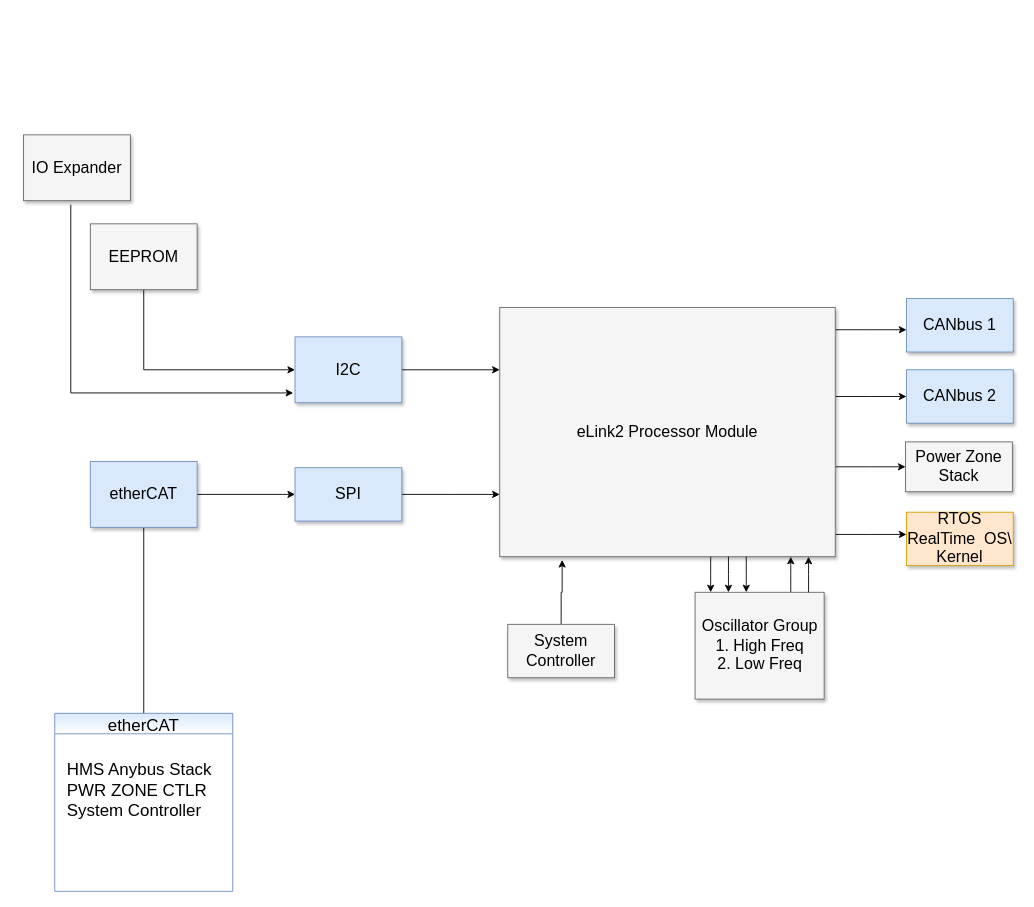
This is eLink2/anatomy_fw2.drawio from vkeiper/flowcharts, a draw.io file, before an edit. Source tidied: cells renumbered, new cells numbered last; positions are measured from the earlier drawing's top-left corner, leaving out a move shared by most shapes. Both pictures are drawn from the tidied source at 89%, with x=0, y=0 at pixel (23, 134).
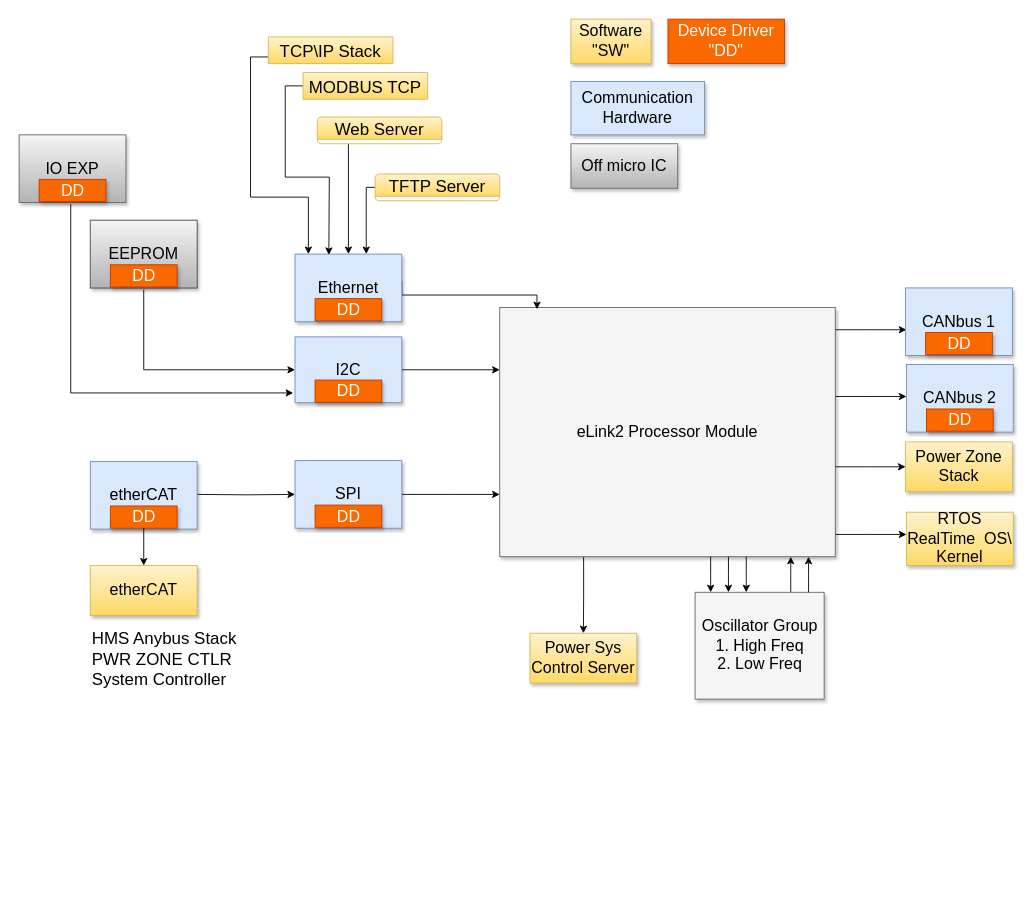
After the change.

The change refers to these unchanged cells:
```xml
<mxCell id="7" value="eLink2 Processor&amp;nbsp;Module&lt;br&gt;" style="whiteSpace=wrap;html=1;shadow=1;fontSize=18;fillColor=#f5f5f5;strokeColor=#666666;" parent="1" vertex="1">
  <mxGeometry x="535" y="194" width="377" height="280" as="geometry" />
</mxCell>
<mxCell id="13" value="I2C" style="whiteSpace=wrap;html=1;shadow=1;fontSize=18;fillColor=#dae8fc;strokeColor=#6c8ebf;" parent="1" vertex="1">
  <mxGeometry x="305" y="227" width="120" height="74" as="geometry" />
</mxCell>
```

Diff of the diagram source:
```diff
@@
-    <mxCell id="2" style="edgeStyle=elbowEdgeStyle;rounded=0;html=1;startArrow=none;startFill=0;jettySize=auto;fontSize=18;elbow=vertical;" parent="1" edge="1" source="7" target="8">
-      <mxGeometry relative="1" as="geometry" />
+    <mxCell id="2" style="edgeStyle=elbowEdgeStyle;rounded=0;html=1;startArrow=none;startFill=0;jettySize=auto;fontSize=18;elbow=vertical;" parent="1" edge="1" source="7">
+      <mxGeometry relative="1" as="geometry">
+        <mxPoint x="992" y="219" as="targetPoint" />
+      </mxGeometry>
     </mxCell>
-    <mxCell id="3" style="edgeStyle=elbowEdgeStyle;rounded=0;html=1;startArrow=none;startFill=0;jettySize=auto;fontSize=18;elbow=vertical;" parent="1" edge="1" source="7" target="9">
-      <mxGeometry relative="1" as="geometry" />
+    <mxCell id="3" style="edgeStyle=elbowEdgeStyle;rounded=0;html=1;startArrow=none;startFill=0;jettySize=auto;fontSize=18;elbow=vertical;" parent="1" edge="1" source="7">
+      <mxGeometry relative="1" as="geometry">
+        <mxPoint x="992" y="294" as="targetPoint" />
+      </mxGeometry>
     </mxCell>
@@
+    <mxCell id="32" style="edgeStyle=orthogonalEdgeStyle;rounded=0;jettySize=auto;html=1;exitX=0.25;exitY=1;exitDx=0;exitDy=0;entryX=0.5;entryY=0;entryDx=0;entryDy=0;" parent="1" edge="1" source="7" target="60">
+      <mxGeometry relative="1" as="geometry" />
+    </mxCell>
@@
-    <mxCell id="8" value="CANbus 1" style="whiteSpace=wrap;html=1;shadow=1;fontSize=18;fillColor=#dae8fc;strokeColor=#6c8ebf;" parent="1" vertex="1">
-      <mxGeometry x="992" y="184" width="120" height="60" as="geometry" />
-    </mxCell>
-    <mxCell id="9" value="CANbus 2" style="whiteSpace=wrap;html=1;shadow=1;fontSize=18;fillColor=#dae8fc;strokeColor=#6c8ebf;" parent="1" vertex="1">
-      <mxGeometry x="992" y="264" width="120" height="60" as="geometry" />
-    </mxCell>
-    <mxCell id="10" value="Power Zone Stack" style="whiteSpace=wrap;html=1;shadow=1;fontSize=18;fillColor=#f5f5f5;strokeColor=#666666;" parent="1" vertex="1">
+    <mxCell id="10" value="Power Zone Stack" style="whiteSpace=wrap;html=1;shadow=1;fontSize=18;fillColor=#fff2cc;strokeColor=#d6b656;gradientColor=#ffd966;" parent="1" vertex="1">
       <mxGeometry x="991" y="345" width="120" height="56" as="geometry" />
     </mxCell>
-    <mxCell id="11" value="RTOS&lt;br&gt;RealTime&amp;nbsp; OS\ Kernel&lt;br&gt;" style="whiteSpace=wrap;html=1;shadow=1;fontSize=18;fillColor=#ffe6cc;strokeColor=#d79b00;" parent="1" vertex="1">
+    <mxCell id="11" value="RTOS&lt;br&gt;RealTime&amp;nbsp; OS\ Kernel&lt;br&gt;" style="whiteSpace=wrap;html=1;shadow=1;fontSize=18;fillColor=#fff2cc;strokeColor=#d6b656;gradientColor=#ffd966;" parent="1" vertex="1">
       <mxGeometry x="992" y="424" width="120" height="60" as="geometry" />
     </mxCell>
@@
-    <mxCell id="15" value="SPI" style="whiteSpace=wrap;html=1;shadow=1;fontSize=18;fillColor=#dae8fc;strokeColor=#6c8ebf;" parent="1" vertex="1">
-      <mxGeometry x="305" y="374" width="120" height="60" as="geometry" />
-    </mxCell>
@@
-    <mxCell id="17" style="edgeStyle=elbowEdgeStyle;rounded=0;html=1;startArrow=none;startFill=0;jettySize=auto;fontSize=18;elbow=vertical;entryX=0.186;entryY=1.013;entryDx=0;entryDy=0;entryPerimeter=0;" parent="1" edge="1" source="18" target="7">
-      <mxGeometry relative="1" as="geometry" />
-    </mxCell>
-    <mxCell id="18" value="System Controller" style="whiteSpace=wrap;html=1;shadow=1;fontSize=18;fillColor=#f5f5f5;strokeColor=#666666;" parent="1" vertex="1">
-      <mxGeometry x="544" y="550" width="120" height="60" as="geometry" />
-    </mxCell>
@@
-    <mxCell id="23" style="edgeStyle=elbowEdgeStyle;rounded=0;html=1;startArrow=none;startFill=0;jettySize=auto;fontSize=18;elbow=vertical;entryX=0;entryY=0.5;entryDx=0;entryDy=0;" parent="1" edge="1" source="24" target="13">
+    <mxCell id="23" style="edgeStyle=elbowEdgeStyle;rounded=0;html=1;startArrow=none;startFill=0;jettySize=auto;fontSize=18;elbow=vertical;entryX=0;entryY=0.5;entryDx=0;entryDy=0;" parent="1" edge="1" target="13">
       <mxGeometry relative="1" as="geometry">
+        <mxPoint x="135" y="174" as="sourcePoint" />
         <Array as="points">
           <mxPoint x="225" y="264" />
           <mxPoint x="482" y="127" />
         </Array>
       </mxGeometry>
     </mxCell>
+    <mxCell id="25" style="edgeStyle=elbowEdgeStyle;rounded=0;html=1;startArrow=none;startFill=0;jettySize=auto;fontSize=18;elbow=vertical;exitX=0.442;exitY=1.059;exitDx=0;exitDy=0;exitPerimeter=0;entryX=-0.017;entryY=0.857;entryDx=0;entryDy=0;entryPerimeter=0;" parent="1" edge="1" target="13">
+      <mxGeometry relative="1" as="geometry">
+        <mxPoint x="53" y="78" as="sourcePoint" />
+        <Array as="points">
+          <mxPoint x="175" y="290" />
+          <mxPoint x="275" y="160" />
+          <mxPoint x="255" y="47" />
+          <mxPoint x="245" y="150" />
+          <mxPoint x="235" y="47" />
+          <mxPoint x="245" y="84" />
+          <mxPoint x="245" y="260" />
+        </Array>
+      </mxGeometry>
+    </mxCell>
+    <mxCell id="27" style="edgeStyle=orthogonalEdgeStyle;rounded=0;jettySize=auto;html=1;exitX=1;exitY=0.5;exitDx=0;exitDy=0;entryX=0;entryY=0.5;entryDx=0;entryDy=0;" parent="1" edge="1" target="15">
+      <mxGeometry relative="1" as="geometry">
+        <mxPoint x="195" y="404" as="sourcePoint" />
+      </mxGeometry>
+    </mxCell>
+    <mxCell id="30" value="HMS Anybus Stack&lt;br&gt;PWR ZONE CTLR&lt;br&gt;System Controller&lt;br&gt;" style="text;html=1;align=left;verticalAlign=top;spacingTop=-4;fontSize=19;gradientColor=#ffffff;" parent="1" vertex="1">
+      <mxGeometry x="75" y="553" width="180" height="70" as="geometry" />
+    </mxCell>
+    <mxCell id="33" style="edgeStyle=elbowEdgeStyle;rounded=0;html=1;startArrow=none;startFill=0;jettySize=auto;fontSize=18;elbow=vertical;entryX=0.111;entryY=0.007;entryDx=0;entryDy=0;entryPerimeter=0;" parent="1" edge="1" target="7">
+      <mxGeometry relative="1" as="geometry">
+        <mxPoint x="425" y="164" as="sourcePoint" />
+      </mxGeometry>
+    </mxCell>
+    <mxCell id="34" style="edgeStyle=orthogonalEdgeStyle;rounded=0;jettySize=auto;html=1;exitX=0;exitY=0.5;exitDx=0;exitDy=0;entryX=0.317;entryY=0.017;entryDx=0;entryDy=0;entryPerimeter=0;" parent="1" edge="1" source="35">
+      <mxGeometry relative="1" as="geometry">
+        <mxPoint x="343" y="135" as="targetPoint" />
+      </mxGeometry>
+    </mxCell>
+    <mxCell id="35" value="MODBUS TCP" style="swimlane;fillColor=#fff2cc;strokeColor=#d6b656;fontSize=19;fontStyle=0;startSize=30;rounded=1;glass=0;comic=0;horizontal=1;gradientColor=#ffd966;" parent="1" vertex="1" collapsed="1">
+      <mxGeometry x="314" y="-70" width="140" height="30" as="geometry" />
+    </mxCell>
+    <mxCell id="36" style="edgeStyle=orthogonalEdgeStyle;rounded=0;jettySize=auto;html=1;exitX=0.25;exitY=1;exitDx=0;exitDy=0;" parent="1" edge="1" source="37">
+      <mxGeometry relative="1" as="geometry">
+        <mxPoint x="365" y="134" as="targetPoint" />
+      </mxGeometry>
+    </mxCell>
+    <mxCell id="37" value="Web Server" style="swimlane;fillColor=#fff2cc;strokeColor=#d6b656;fontSize=19;fontStyle=0;startSize=25;rounded=1;glass=0;comic=0;horizontal=1;gradientColor=#ffd966;" parent="1" vertex="1" collapsed="1">
+      <mxGeometry x="330" y="-20" width="140" height="30" as="geometry" />
+    </mxCell>
+    <mxCell id="38" style="edgeStyle=orthogonalEdgeStyle;rounded=0;jettySize=auto;html=1;exitX=0;exitY=0.5;exitDx=0;exitDy=0;entryX=0.667;entryY=0.1;entryDx=0;entryDy=0;entryPerimeter=0;" parent="1" edge="1" source="39">
+      <mxGeometry relative="1" as="geometry">
+        <mxPoint x="385" y="134" as="targetPoint" />
+        <Array as="points">
+          <mxPoint x="385" y="59" />
+        </Array>
+      </mxGeometry>
+    </mxCell>
+    <mxCell id="39" value="TFTP Server" style="swimlane;fillColor=#fff2cc;strokeColor=#d6b656;fontSize=19;fontStyle=0;startSize=25;rounded=1;glass=0;comic=0;horizontal=1;gradientColor=#ffd966;" parent="1" vertex="1" collapsed="1">
+      <mxGeometry x="395" y="44" width="140" height="30" as="geometry" />
+    </mxCell>
+    <mxCell id="40" value="Software &quot;SW&quot;" style="whiteSpace=wrap;html=1;shadow=1;fontSize=18;fillColor=#fff2cc;strokeColor=#d6b656;gradientColor=#ffd966;" parent="1" vertex="1">
+      <mxGeometry x="615" y="-130" width="90" height="50" as="geometry" />
+    </mxCell>
+    <mxCell id="41" value="Communication&lt;br&gt;Hardware&lt;br&gt;" style="whiteSpace=wrap;html=1;shadow=1;fontSize=18;fillColor=#dae8fc;strokeColor=#6c8ebf;" parent="1" vertex="1">
+      <mxGeometry x="615" y="-60" width="150" height="60" as="geometry" />
+    </mxCell>
+    <mxCell id="42" style="edgeStyle=orthogonalEdgeStyle;rounded=0;jettySize=auto;html=1;exitX=0;exitY=0.75;exitDx=0;exitDy=0;entryX=0.125;entryY=0;entryDx=0;entryDy=0;entryPerimeter=0;" parent="1" edge="1" source="43">
+      <mxGeometry relative="1" as="geometry">
+        <mxPoint x="320" y="134" as="targetPoint" />
+        <Array as="points">
+          <mxPoint x="255" y="-87" />
+          <mxPoint x="255" y="70" />
+          <mxPoint x="320" y="70" />
+        </Array>
+      </mxGeometry>
+    </mxCell>
+    <mxCell id="43" value="TCP\IP Stack" style="swimlane;fillColor=#fff2cc;strokeColor=#d6b656;fontSize=19;fontStyle=0;startSize=30;rounded=1;glass=0;comic=0;horizontal=1;gradientColor=#ffd966;" parent="1" vertex="1" collapsed="1">
+      <mxGeometry x="275" y="-110" width="140" height="30" as="geometry" />
+    </mxCell>
+    <mxCell id="44" value="Device Driver&lt;br&gt;&quot;DD&quot;&lt;br&gt;" style="whiteSpace=wrap;html=1;shadow=1;fontSize=18;fillColor=#fa6800;strokeColor=#C73500;fontColor=#ffffff;" parent="1" vertex="1">
+      <mxGeometry x="724" y="-130" width="131" height="50" as="geometry" />
+    </mxCell>
+    <mxCell id="45" value="DD&lt;br&gt;" style="whiteSpace=wrap;html=1;shadow=1;fontSize=18;fillColor=#fa6800;strokeColor=#C73500;fontColor=#ffffff;" parent="1" vertex="1">
+      <mxGeometry x="327.5" y="275.5" width="75" height="25" as="geometry" />
+    </mxCell>
+    <mxCell id="46" style="group;" parent="1" vertex="1">
+      <mxGeometry x="305" y="366" width="120" height="76" as="geometry" />
+    </mxCell>
+    <mxCell id="15" value="SPI" style="whiteSpace=wrap;html=1;shadow=1;fontSize=18;fillColor=#dae8fc;strokeColor=#6c8ebf;" parent="46" vertex="1">
+      <mxGeometry width="120" height="76" as="geometry" />
+    </mxCell>
+    <mxCell id="47" value="DD&lt;br&gt;" style="whiteSpace=wrap;html=1;shadow=1;fontSize=18;fillColor=#fa6800;strokeColor=#C73500;fontColor=#ffffff;" parent="46" vertex="1">
+      <mxGeometry x="22.5" y="50" width="75" height="25" as="geometry" />
+    </mxCell>
+    <mxCell id="48" style="group;" parent="1" vertex="1">
+      <mxGeometry x="75" y="367" width="120" height="76" as="geometry" />
+    </mxCell>
+    <mxCell id="29" value="etherCAT" style="whiteSpace=wrap;html=1;shadow=1;fontSize=18;fillColor=#dae8fc;strokeColor=#6c8ebf;" parent="48" vertex="1">
+      <mxGeometry width="120" height="76" as="geometry" />
+    </mxCell>
+    <mxCell id="49" value="DD&lt;br&gt;" style="whiteSpace=wrap;html=1;shadow=1;fontSize=18;fillColor=#fa6800;strokeColor=#C73500;fontColor=#ffffff;" parent="48" vertex="1">
+      <mxGeometry x="22.5" y="50" width="75" height="25" as="geometry" />
+    </mxCell>
+    <mxCell id="50" style="group;" parent="1" vertex="1">
+      <mxGeometry x="305" y="134" width="120" height="76" as="geometry" />
+    </mxCell>
+    <mxCell id="51" value="Ethernet" style="whiteSpace=wrap;html=1;shadow=1;fontSize=18;fillColor=#dae8fc;strokeColor=#6c8ebf;" parent="50" vertex="1">
+      <mxGeometry width="120" height="76" as="geometry" />
+    </mxCell>
+    <mxCell id="52" value="DD&lt;br&gt;" style="whiteSpace=wrap;html=1;shadow=1;fontSize=18;fillColor=#fa6800;strokeColor=#C73500;fontColor=#ffffff;" parent="50" vertex="1">
+      <mxGeometry x="22.5" y="50" width="75" height="25" as="geometry" />
+    </mxCell>
+    <mxCell id="53" style="group;gradientColor=#b3b3b3;fillColor=#F5F5F5;strokeColor=#666666;labelBorderColor=none;" parent="1" vertex="1">
+      <mxGeometry x="75" y="96" width="120" height="76" as="geometry" />
+    </mxCell>
+    <mxCell id="54" value="Off micro IC" style="whiteSpace=wrap;html=1;shadow=1;fontSize=18;fillColor=#f5f5f5;strokeColor=#666666;gradientColor=#b3b3b3;" parent="1" vertex="1">
+      <mxGeometry x="615" y="10" width="120" height="50" as="geometry" />
+    </mxCell>
+    <mxCell id="55" style="group;" parent="1" vertex="1">
+      <mxGeometry x="75" y="96" width="120" height="76" as="geometry" />
+    </mxCell>
-    <mxCell id="24" value="EEPROM" style="whiteSpace=wrap;html=1;shadow=1;fontSize=18;fillColor=#f5f5f5;strokeColor=#666666;" parent="1" vertex="1">
-      <mxGeometry x="75" y="100" width="120" height="74" as="geometry" />
+    <mxCell id="24" value="EEPROM" style="whiteSpace=wrap;html=1;shadow=1;fontSize=18;fillColor=#f5f5f5;strokeColor=#666666;gradientColor=#b3b3b3;" parent="55" vertex="1">
+      <mxGeometry width="120" height="76" as="geometry" />
     </mxCell>
-    <mxCell id="25" style="edgeStyle=elbowEdgeStyle;rounded=0;html=1;startArrow=none;startFill=0;jettySize=auto;fontSize=18;elbow=vertical;exitX=0.442;exitY=1.059;exitDx=0;exitDy=0;exitPerimeter=0;entryX=-0.017;entryY=0.857;entryDx=0;entryDy=0;entryPerimeter=0;" parent="1" edge="1" source="26" target="13">
-      <mxGeometry relative="1" as="geometry">
-        <Array as="points">
-          <mxPoint x="175" y="290" />
-          <mxPoint x="275" y="160" />
-          <mxPoint x="255" y="47" />
-          <mxPoint x="245" y="150" />
-          <mxPoint x="235" y="47" />
-          <mxPoint x="245" y="84" />
-          <mxPoint x="245" y="260" />
-        </Array>
-      </mxGeometry>
-    </mxCell>
-    <mxCell id="26" value="IO Expander" style="whiteSpace=wrap;html=1;shadow=1;fontSize=18;fillColor=#f5f5f5;strokeColor=#666666;" parent="1" vertex="1">
-      <mxGeometry width="120" height="74" as="geometry" />
-    </mxCell>
-    <mxCell id="27" style="edgeStyle=orthogonalEdgeStyle;rounded=0;jettySize=auto;html=1;exitX=1;exitY=0.5;exitDx=0;exitDy=0;entryX=0;entryY=0.5;entryDx=0;entryDy=0;" parent="1" edge="1" source="29" target="15">
-      <mxGeometry relative="1" as="geometry" />
-    </mxCell>
-    <mxCell id="28" style="edgeStyle=orthogonalEdgeStyle;rounded=0;jettySize=auto;html=1;exitX=0.5;exitY=1;exitDx=0;exitDy=0;entryX=0.5;entryY=0;entryDx=0;entryDy=0;fontSize=19;endArrow=none;endFill=0;" parent="1" edge="1" source="29" target="31">
-      <mxGeometry relative="1" as="geometry" />
-    </mxCell>
-    <mxCell id="29" value="etherCAT" style="whiteSpace=wrap;html=1;shadow=1;fontSize=18;fillColor=#dae8fc;strokeColor=#6c8ebf;" parent="1" vertex="1">
-      <mxGeometry x="75" y="367" width="120" height="74" as="geometry" />
-    </mxCell>
-    <mxCell id="30" value="HMS Anybus Stack&lt;br&gt;PWR ZONE CTLR&lt;br&gt;System Controller&lt;br&gt;" style="text;html=1;align=left;verticalAlign=top;spacingTop=-4;fontSize=19;gradientColor=#ffffff;" parent="1" vertex="1">
-      <mxGeometry x="47" y="700" width="180" height="70" as="geometry" />
-    </mxCell>
+    <mxCell id="56" value="DD&lt;br&gt;" style="whiteSpace=wrap;html=1;shadow=1;fontSize=18;fillColor=#fa6800;strokeColor=#C73500;fontColor=#ffffff;" parent="55" vertex="1">
+      <mxGeometry x="22.5" y="50" width="75" height="25" as="geometry" />
+    </mxCell>
+    <mxCell id="57" style="group;" parent="1" vertex="1">
+      <mxGeometry x="-5" width="120" height="76" as="geometry" />
+    </mxCell>
+    <mxCell id="58" value="IO EXP" style="whiteSpace=wrap;html=1;shadow=1;fontSize=18;fillColor=#f5f5f5;strokeColor=#666666;gradientColor=#b3b3b3;" parent="57" vertex="1">
+      <mxGeometry width="120" height="76" as="geometry" />
+    </mxCell>
+    <mxCell id="59" value="DD&lt;br&gt;" style="whiteSpace=wrap;html=1;shadow=1;fontSize=18;fillColor=#fa6800;strokeColor=#C73500;fontColor=#ffffff;" parent="57" vertex="1">
+      <mxGeometry x="22.5" y="50" width="75" height="25" as="geometry" />
+    </mxCell>
+    <mxCell id="60" value="Power Sys Control Server" style="whiteSpace=wrap;html=1;shadow=1;fontSize=18;fillColor=#fff2cc;strokeColor=#d6b656;gradientColor=#ffd966;" parent="1" vertex="1">
+      <mxGeometry x="569" y="560" width="120" height="56" as="geometry" />
+    </mxCell>
-    <mxCell id="31" value="etherCAT" style="swimlane;fillColor=#dae8fc;strokeColor=#6c8ebf;fontSize=19;fontStyle=0;gradientColor=#ffffff;startSize=23;" parent="1" vertex="1">
-      <mxGeometry x="35" y="650" width="200" height="200" as="geometry" />
+    <mxCell id="31" value="etherCAT" style="whiteSpace=wrap;html=1;shadow=1;fontSize=18;fillColor=#fff2cc;strokeColor=#d6b656;gradientColor=#ffd966;" parent="1" vertex="1">
+      <mxGeometry x="75" y="484" width="120" height="56" as="geometry" />
     </mxCell>
+    <mxCell id="61" style="edgeStyle=orthogonalEdgeStyle;rounded=0;jettySize=auto;html=1;exitX=0.5;exitY=1;exitDx=0;exitDy=0;" parent="1" edge="1" source="49" target="31">
+      <mxGeometry relative="1" as="geometry" />
+    </mxCell>
+    <mxCell id="62" style="group;fillColor=#F5F5F5;" parent="1" vertex="1">
+      <mxGeometry x="991" y="172" width="120" height="76" as="geometry" />
+    </mxCell>
+    <mxCell id="8" value="CANbus 1" style="whiteSpace=wrap;html=1;shadow=1;fontSize=18;fillColor=#dae8fc;strokeColor=#6c8ebf;" parent="62" vertex="1">
+      <mxGeometry width="120" height="76" as="geometry" />
+    </mxCell>
+    <mxCell id="63" value="DD&lt;br&gt;" style="whiteSpace=wrap;html=1;shadow=1;fontSize=18;fillColor=#fa6800;strokeColor=#C73500;fontColor=#ffffff;" parent="62" vertex="1">
+      <mxGeometry x="22.5" y="50" width="75" height="25" as="geometry" />
+    </mxCell>
+    <mxCell id="64" style="group;fillColor=#F5F5F5;" parent="1" vertex="1">
+      <mxGeometry x="992" y="258" width="120" height="76" as="geometry" />
+    </mxCell>
+    <mxCell id="9" value="CANbus 2" style="whiteSpace=wrap;html=1;shadow=1;fontSize=18;fillColor=#dae8fc;strokeColor=#6c8ebf;" parent="64" vertex="1">
+      <mxGeometry width="120" height="76" as="geometry" />
+    </mxCell>
+    <mxCell id="65" value="DD&lt;br&gt;" style="whiteSpace=wrap;html=1;shadow=1;fontSize=18;fillColor=#fa6800;strokeColor=#C73500;fontColor=#ffffff;" parent="64" vertex="1">
+      <mxGeometry x="22.5" y="50" width="75" height="25" as="geometry" />
+    </mxCell>
```
